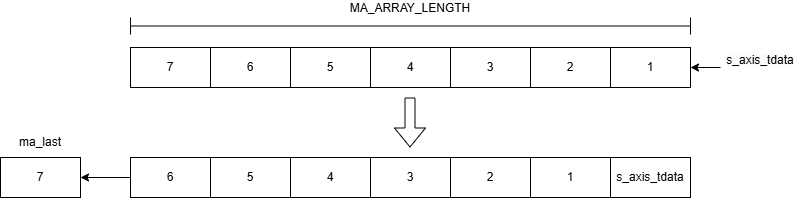
Above: gitfigures/system_design/fpga/moving_average.png in Niclasapdk/esd5_project (draw.io), before the change. Source tidied: cells renumbered, new cells last; positions are measured from the earlier drawing's top-left corner, leaving out a move shared by most shapes.
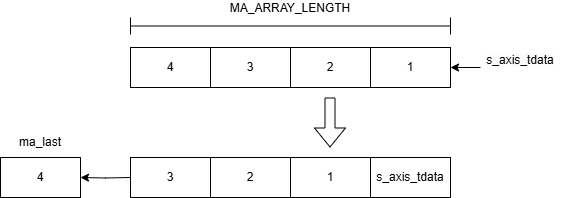
Later version of the same file.

Commit message:
updated moving average illustration

Diff of the diagram source:
```diff
@@ -2,15 +2,6 @@
   <root>
     <mxCell id="0" />
     <mxCell id="1" parent="0" />
-    <mxCell id="2" value="6" style="rounded=0;whiteSpace=wrap;html=1;" parent="1" vertex="1">
-      <mxGeometry x="210" y="30" width="80" height="40" as="geometry" />
-    </mxCell>
-    <mxCell id="3" value="5" style="rounded=0;whiteSpace=wrap;html=1;" parent="1" vertex="1">
-      <mxGeometry x="290" y="30" width="80" height="40" as="geometry" />
-    </mxCell>
-    <mxCell id="4" value="4" style="rounded=0;whiteSpace=wrap;html=1;" parent="1" vertex="1">
-      <mxGeometry x="370" y="30" width="80" height="40" as="geometry" />
-    </mxCell>
     <mxCell id="5" value="3" style="rounded=0;whiteSpace=wrap;html=1;" parent="1" vertex="1">
       <mxGeometry x="450" y="30" width="80" height="40" as="geometry" />
     </mxCell>
@@ -20,9 +11,6 @@
     <mxCell id="7" value="1" style="rounded=0;whiteSpace=wrap;html=1;" parent="1" vertex="1">
       <mxGeometry x="610" y="30" width="80" height="40" as="geometry" />
     </mxCell>
-    <mxCell id="8" value="7" style="rounded=0;whiteSpace=wrap;html=1;" parent="1" vertex="1">
-      <mxGeometry x="130" y="30" width="80" height="40" as="geometry" />
-    </mxCell>
     <mxCell id="9" style="edgeStyle=orthogonalEdgeStyle;rounded=0;jettySize=auto;html=1;exitX=0;exitY=0.5;exitDx=0;exitDy=0;entryX=1;entryY=0.5;entryDx=0;entryDy=0;" parent="1" edge="1" source="10" target="7">
       <mxGeometry relative="1" as="geometry" />
     </mxCell>
@@ -31,22 +19,13 @@
     </mxCell>
     <mxCell id="11" style="shape=flexArrow;endArrow=classic;startArrow=none;html=1;rounded=0;startFill=0;" parent="1" edge="1">
       <mxGeometry relative="1" as="geometry">
-        <mxPoint x="409.5" y="80" as="sourcePoint" />
-        <mxPoint x="409.5" y="130" as="targetPoint" />
+        <mxPoint x="569.5" y="80" as="sourcePoint" />
+        <mxPoint x="569.5" y="130" as="targetPoint" />
       </mxGeometry>
     </mxCell>
-    <mxCell id="12" value="7" style="rounded=0;whiteSpace=wrap;html=1;" parent="1" vertex="1">
-      <mxGeometry y="140" width="80" height="40" as="geometry" />
+    <mxCell id="12" value="4" style="rounded=0;whiteSpace=wrap;html=1;" parent="1" vertex="1">
+      <mxGeometry x="240" y="140" width="80" height="40" as="geometry" />
     </mxCell>
-    <mxCell id="13" value="5" style="rounded=0;whiteSpace=wrap;html=1;" parent="1" vertex="1">
-      <mxGeometry x="210" y="140" width="80" height="40" as="geometry" />
-    </mxCell>
-    <mxCell id="14" value="4" style="rounded=0;whiteSpace=wrap;html=1;" parent="1" vertex="1">
-      <mxGeometry x="290" y="140" width="80" height="40" as="geometry" />
-    </mxCell>
-    <mxCell id="15" value="3" style="rounded=0;whiteSpace=wrap;html=1;" parent="1" vertex="1">
-      <mxGeometry x="370" y="140" width="80" height="40" as="geometry" />
-    </mxCell>
     <mxCell id="16" value="2" style="rounded=0;whiteSpace=wrap;html=1;" parent="1" vertex="1">
       <mxGeometry x="450" y="140" width="80" height="40" as="geometry" />
     </mxCell>
@@ -56,17 +35,22 @@
     <mxCell id="18" value="s_axis_tdata" style="rounded=0;whiteSpace=wrap;html=1;" parent="1" vertex="1">
       <mxGeometry x="610" y="140" width="80" height="40" as="geometry" />
     </mxCell>
-    <mxCell id="19" style="edgeStyle=orthogonalEdgeStyle;rounded=0;jettySize=auto;html=1;exitX=0;exitY=0.5;exitDx=0;exitDy=0;entryX=1;entryY=0.5;entryDx=0;entryDy=0;" parent="1" edge="1" source="20" target="12">
-      <mxGeometry relative="1" as="geometry" />
+    <mxCell id="19" style="edgeStyle=orthogonalEdgeStyle;rounded=0;jettySize=auto;html=1;exitX=0;exitY=0.5;exitDx=0;exitDy=0;entryX=1;entryY=0.5;entryDx=0;entryDy=0;" parent="1" edge="1" target="12">
+      <mxGeometry relative="1" as="geometry">
+        <mxPoint x="370" y="160" as="sourcePoint" />
+      </mxGeometry>
     </mxCell>
-    <mxCell id="20" value="6" style="rounded=0;whiteSpace=wrap;html=1;" parent="1" vertex="1">
-      <mxGeometry x="130" y="140" width="80" height="40" as="geometry" />
-    </mxCell>
     <mxCell id="21" value="ma_last" style="text;html=1;align=center;verticalAlign=middle;whiteSpace=wrap;rounded=0;" parent="1" vertex="1">
-      <mxGeometry x="10" y="110" width="60" height="30" as="geometry" />
+      <mxGeometry x="250" y="110" width="60" height="30" as="geometry" />
     </mxCell>
     <mxCell id="22" value="MA_ARRAY_LENGTH" style="shape=crossbar;whiteSpace=wrap;html=1;rounded=1;labelPosition=center;verticalLabelPosition=top;align=center;verticalAlign=bottom;" parent="1" vertex="1">
-      <mxGeometry x="130" width="560" height="17" as="geometry" />
+      <mxGeometry x="370" width="320" height="17" as="geometry" />
     </mxCell>
+    <mxCell id="15" value="3" style="rounded=0;whiteSpace=wrap;html=1;" parent="1" vertex="1">
+      <mxGeometry x="370" y="140" width="80" height="40" as="geometry" />
+    </mxCell>
+    <mxCell id="23" value="4" style="rounded=0;whiteSpace=wrap;html=1;" parent="1" vertex="1">
+      <mxGeometry x="370" y="30" width="80" height="40" as="geometry" />
+    </mxCell>
   </root>
 </mxGraphModel>
```
